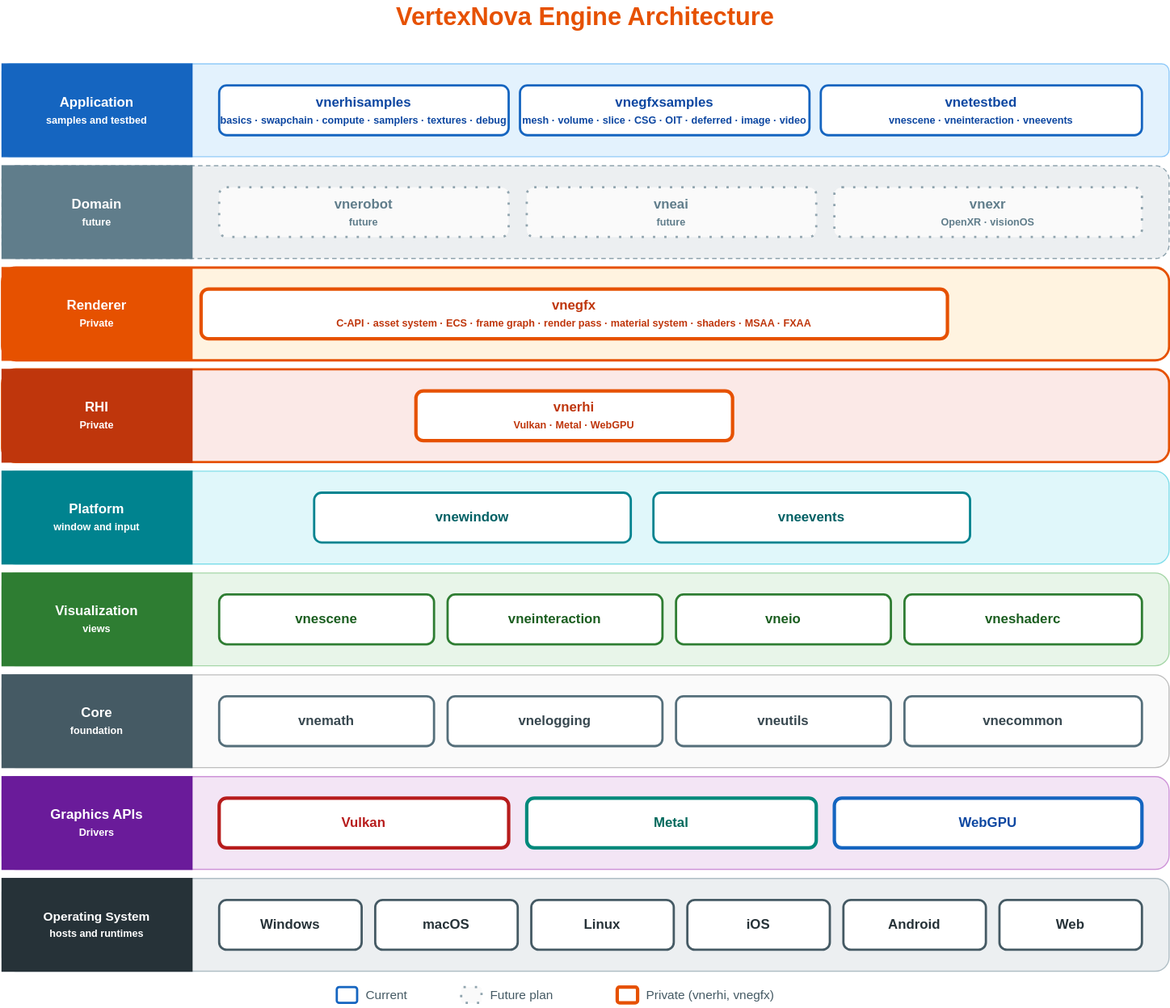
Earlier version of the draw.io export profile/diagrams/architecture.svg (vertexnova/.github). Source tidied: cells renumbered, new cells last; positions are measured from the earlier drawing's top-left corner, leaving out a move shared by most shapes.
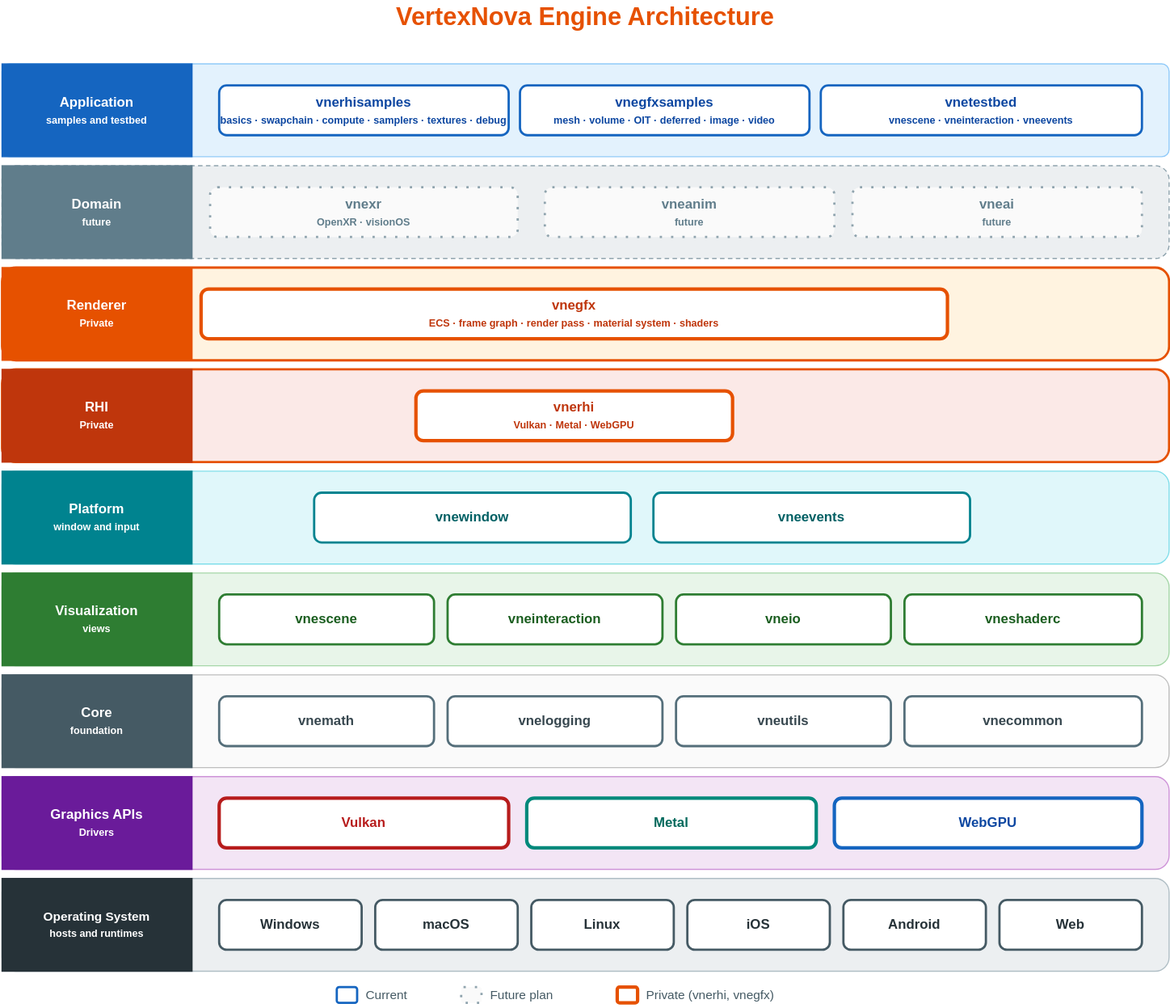
After the change.

Diff of the diagram source:
```diff
@@ -14,7 +14,7 @@
     <mxCell id="5" value="vnerhisamples&lt;br&gt;&lt;font style=&quot;font-size:9px&quot;&gt;basics · swapchain · compute · samplers · textures · debug&lt;/font&gt;" style="rounded=1;whiteSpace=wrap;html=1;fillColor=#ffffff;strokeColor=#1565c0;strokeWidth=2;fontStyle=1;fontSize=12;fontColor=#0d47a1;" parent="1" vertex="1">
       <mxGeometry x="192" y="75" width="256" height="44" as="geometry" />
     </mxCell>
-    <mxCell id="6" value="vnegfxsamples&lt;br&gt;&lt;font style=&quot;font-size:9px&quot;&gt;mesh · volume · slice · CSG · OIT · deferred · image · video&lt;/font&gt;" style="rounded=1;whiteSpace=wrap;html=1;fillColor=#ffffff;strokeColor=#1565c0;strokeWidth=2;fontStyle=1;fontSize=12;fontColor=#0d47a1;" parent="1" vertex="1">
+    <mxCell id="6" value="vnegfxsamples&lt;br&gt;&lt;font style=&quot;font-size:9px&quot;&gt;mesh · volume · OIT · deferred · image · video&lt;/font&gt;" style="rounded=1;whiteSpace=wrap;html=1;fillColor=#ffffff;strokeColor=#1565c0;strokeWidth=2;fontStyle=1;fontSize=12;fontColor=#0d47a1;" parent="1" vertex="1">
       <mxGeometry x="458" y="75" width="256" height="44" as="geometry" />
     </mxCell>
     <mxCell id="7" value="vnetestbed&lt;br&gt;&lt;font style=&quot;font-size:9px&quot;&gt;vnescene · vneinteraction · vneevents&lt;/font&gt;" style="rounded=1;whiteSpace=wrap;html=1;fillColor=#ffffff;strokeColor=#1565c0;strokeWidth=2;fontStyle=1;fontSize=12;fontColor=#0d47a1;" parent="1" vertex="1">
@@ -26,14 +26,14 @@
     <mxCell id="9" value="Domain&lt;br&gt;&lt;font style=&quot;font-size:9px&quot;&gt;future&lt;/font&gt;" style="rounded=0;whiteSpace=wrap;html=1;fillColor=#607d8b;strokeColor=#607d8b;fontColor=#ffffff;fontStyle=1;fontSize=12;align=center;verticalAlign=middle;" parent="1" vertex="1">
       <mxGeometry y="146" width="168" height="82" as="geometry" />
     </mxCell>
-    <mxCell id="10" value="vnerobot&lt;br&gt;&lt;font style=&quot;font-size:9px&quot;&gt;future&lt;/font&gt;" style="rounded=1;whiteSpace=wrap;html=1;fillColor=#fafafa;strokeColor=#90a4ae;strokeWidth=2;dashed=1;dashPattern=1 4;fontStyle=1;fontSize=12;fontColor=#607d8b;" parent="1" vertex="1">
-      <mxGeometry x="192" y="165" width="256" height="44" as="geometry" />
+    <mxCell id="10" value="vneanim&lt;br&gt;&lt;font style=&quot;font-size:9px&quot;&gt;future&lt;/font&gt;" style="rounded=1;whiteSpace=wrap;html=1;fillColor=#fafafa;strokeColor=#90a4ae;strokeWidth=2;dashed=1;dashPattern=1 4;fontStyle=1;fontSize=12;fontColor=#607d8b;" parent="1" vertex="1">
+      <mxGeometry x="480" y="165" width="256" height="44" as="geometry" />
     </mxCell>
     <mxCell id="11" value="vneai&lt;br&gt;&lt;font style=&quot;font-size:9px&quot;&gt;future&lt;/font&gt;" style="rounded=1;whiteSpace=wrap;html=1;fillColor=#fafafa;strokeColor=#90a4ae;strokeWidth=2;dashed=1;dashPattern=1 4;fontStyle=1;fontSize=12;fontColor=#607d8b;" parent="1" vertex="1">
-      <mxGeometry x="464" y="165" width="256" height="44" as="geometry" />
+      <mxGeometry x="752" y="165" width="256" height="44" as="geometry" />
     </mxCell>
     <mxCell id="12" value="vnexr&lt;br&gt;&lt;font style=&quot;font-size:9px&quot;&gt;OpenXR · visionOS&lt;/font&gt;" style="rounded=1;whiteSpace=wrap;html=1;fillColor=#fafafa;strokeColor=#90a4ae;strokeWidth=2;dashed=1;dashPattern=1 4;fontStyle=1;fontSize=12;fontColor=#607d8b;" parent="1" vertex="1">
-      <mxGeometry x="736" y="165" width="272" height="44" as="geometry" />
+      <mxGeometry x="184" y="165" width="272" height="44" as="geometry" />
     </mxCell>
     <mxCell id="13" style="rounded=1;whiteSpace=wrap;html=1;fillColor=#fff3e0;strokeColor=#e65100;strokeWidth=2;" parent="1" vertex="1">
       <mxGeometry y="236" width="1032" height="82" as="geometry" />
@@ -41,7 +41,7 @@
     <mxCell id="14" value="Renderer&lt;br&gt;&lt;font style=&quot;font-size:9px&quot;&gt;Private&lt;/font&gt;" style="rounded=0;whiteSpace=wrap;html=1;fillColor=#e65100;strokeColor=#e65100;fontColor=#ffffff;fontStyle=1;fontSize=12;align=center;verticalAlign=middle;" parent="1" vertex="1">
       <mxGeometry y="236" width="168" height="82" as="geometry" />
     </mxCell>
-    <mxCell id="15" value="vnegfx&lt;br&gt;&lt;font style=&quot;font-size:9px&quot;&gt;C-API · asset system · ECS · frame graph · render pass · material system · shaders · MSAA · FXAA&lt;/font&gt;" style="rounded=1;whiteSpace=wrap;html=1;fillColor=#ffffff;strokeColor=#e65100;strokeWidth=3;fontStyle=1;fontSize=12;fontColor=#bf360c;" parent="1" vertex="1">
+    <mxCell id="15" value="vnegfx&lt;br&gt;&lt;font style=&quot;font-size:9px&quot;&gt;&amp;nbsp;ECS · frame graph · render pass · material system · shaders&amp;nbsp;&lt;/font&gt;" style="rounded=1;whiteSpace=wrap;html=1;fillColor=#ffffff;strokeColor=#e65100;strokeWidth=3;fontStyle=1;fontSize=12;fontColor=#bf360c;" parent="1" vertex="1">
       <mxGeometry x="176" y="255" width="660" height="44" as="geometry" />
     </mxCell>
     <mxCell id="16" style="rounded=1;whiteSpace=wrap;html=1;fillColor=#fbe9e7;strokeColor=#e65100;strokeWidth=2;" parent="1" vertex="1">
```
